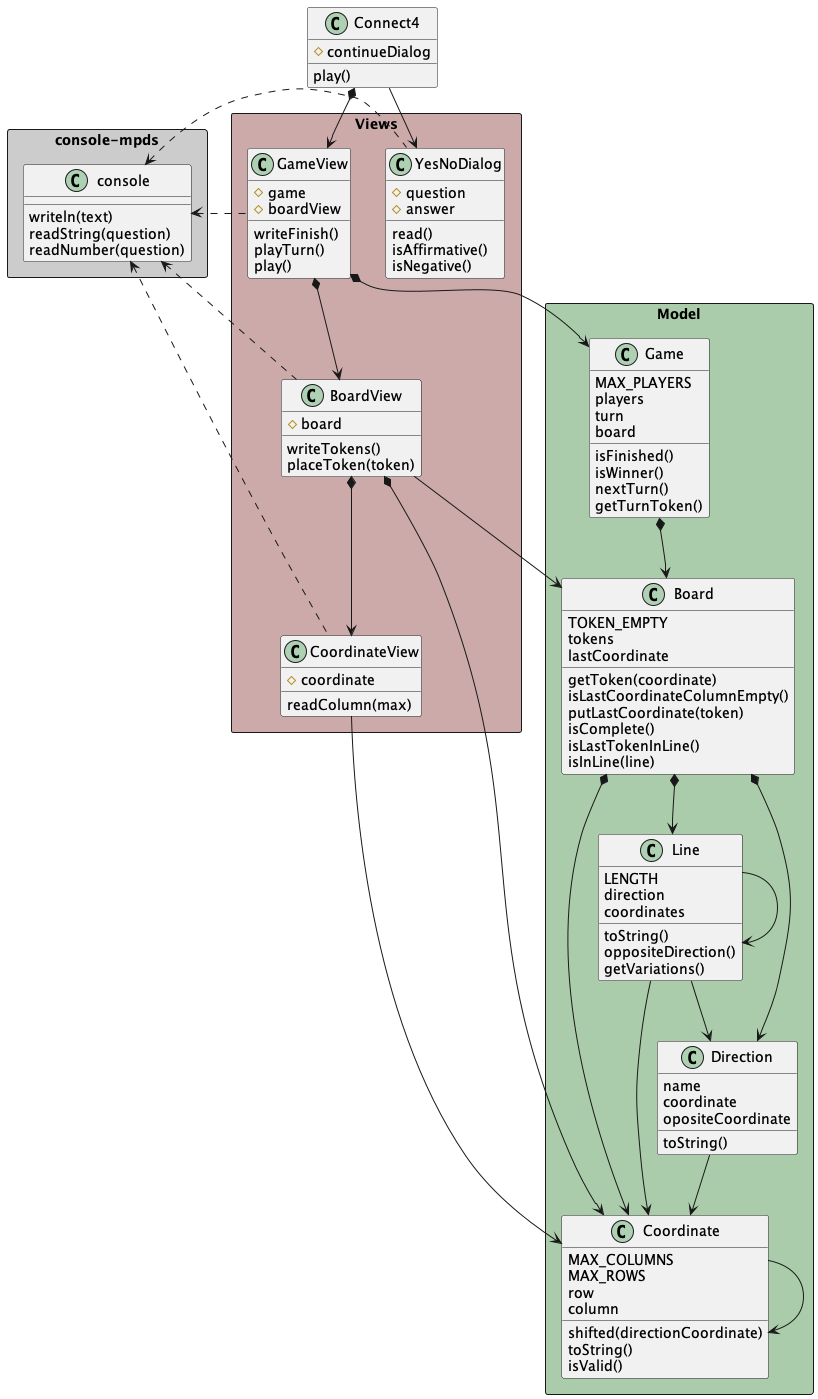
Before: game-connect4/docs/diagrams/objectOriented/constructorFunction/class diagram/connect4_constructorFunction_classdiagram.png, a diagram exported from PlantUML (mpaulaherrero/escuelaIT). Its diagram source:
```plantuml
@startuml connect4_constructorFunction_classdiagram

package "console-mpds" <<Rectangle>> #ccc {
    class console {
        writeln(text)
        readString(question)
        readNumber(question)
    }
}

package "Model" <<Rectangle>> #aca {
    class Coordinate {
        MAX_COLUMNS
        MAX_ROWS
        row
        column
        shifted(directionCoordinate)
        toString()
        isValid()
    }

    class Direction {
        name
        coordinate
        opositeCoordinate
        toString()
    }

    class Line {
        LENGTH
        direction
        coordinates
        toString()
        oppositeDirection()
        getVariations()
    }

    class Board {
        TOKEN_EMPTY
        tokens
        lastCoordinate
        getToken(coordinate)
        isLastCoordinateColumnEmpty()
        putLastCoordinate(token)
        isComplete()
        isLastTokenInLine()
        isInLine(line)
    }

    class Game {
        MAX_PLAYERS
        players
        turn
        board
        isFinished()
        isWinner()
        nextTurn()
        getTurnToken()
    }
}

package "Views" <<Rectangle>> #caa {
    class CoordinateView {
        #coordinate
        readColumn(max)
    }

    class BoardView{
        #board
        writeTokens()
        placeToken(token)
    }

    class GameView {
        #game
        #boardView
        writeFinish()
        playTurn()
        play()
    }

    class YesNoDialog {
        #question
        #answer
        read()
        isAffirmative()
        isNegative()
    }
}

class Connect4 {
    #continueDialog
    play()
}

Coordinate -> Coordinate

CoordinateView -> Coordinate

Direction -down-> Coordinate

Line -> Line
Line -down-> Coordinate
Line -down-> Direction

Board *-down-> Coordinate
Board *-down-> Direction
Board *-down-> Line

BoardView *-down-> CoordinateView
BoardView -down-> Board
BoardView *-down-> Coordinate

Game *-down-> Board

GameView *-down-> Game
GameView *-down-> BoardView

Connect4 -down-> YesNoDialog
Connect4 *-down-> GameView

YesNoDialog .-l-> console
GameView .-l-> console
BoardView .-l-> console
CoordinateView .-l-> console

@enduml
```
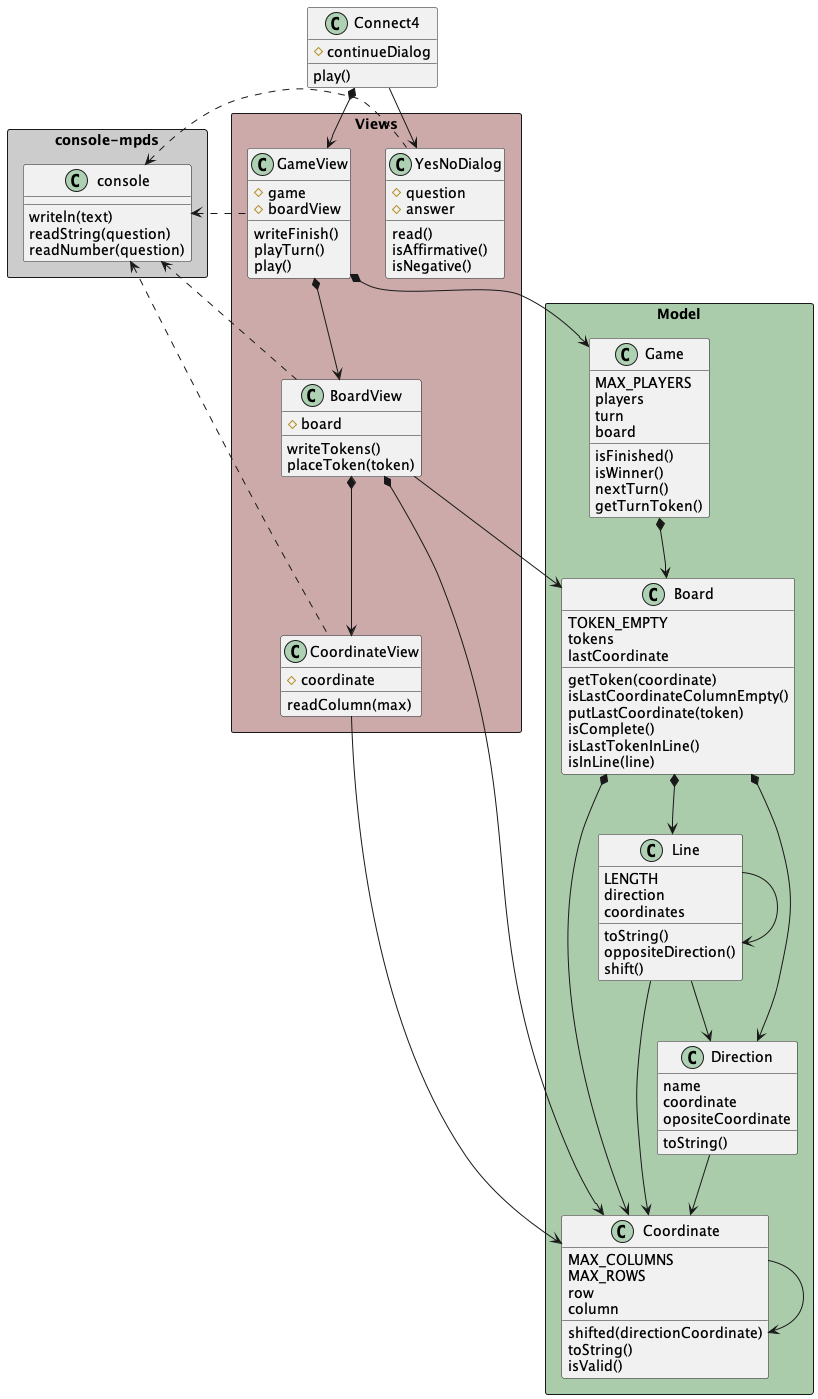
After the commit.

Commit message:
cambiar getVariations() a shift() en Line

Change to the diagram source:
```diff
@@ -32,7 +32,7 @@
         coordinates
         toString()
         oppositeDirection()
-        getVariations()
+        shift()
     }
 
     class Board {
```
